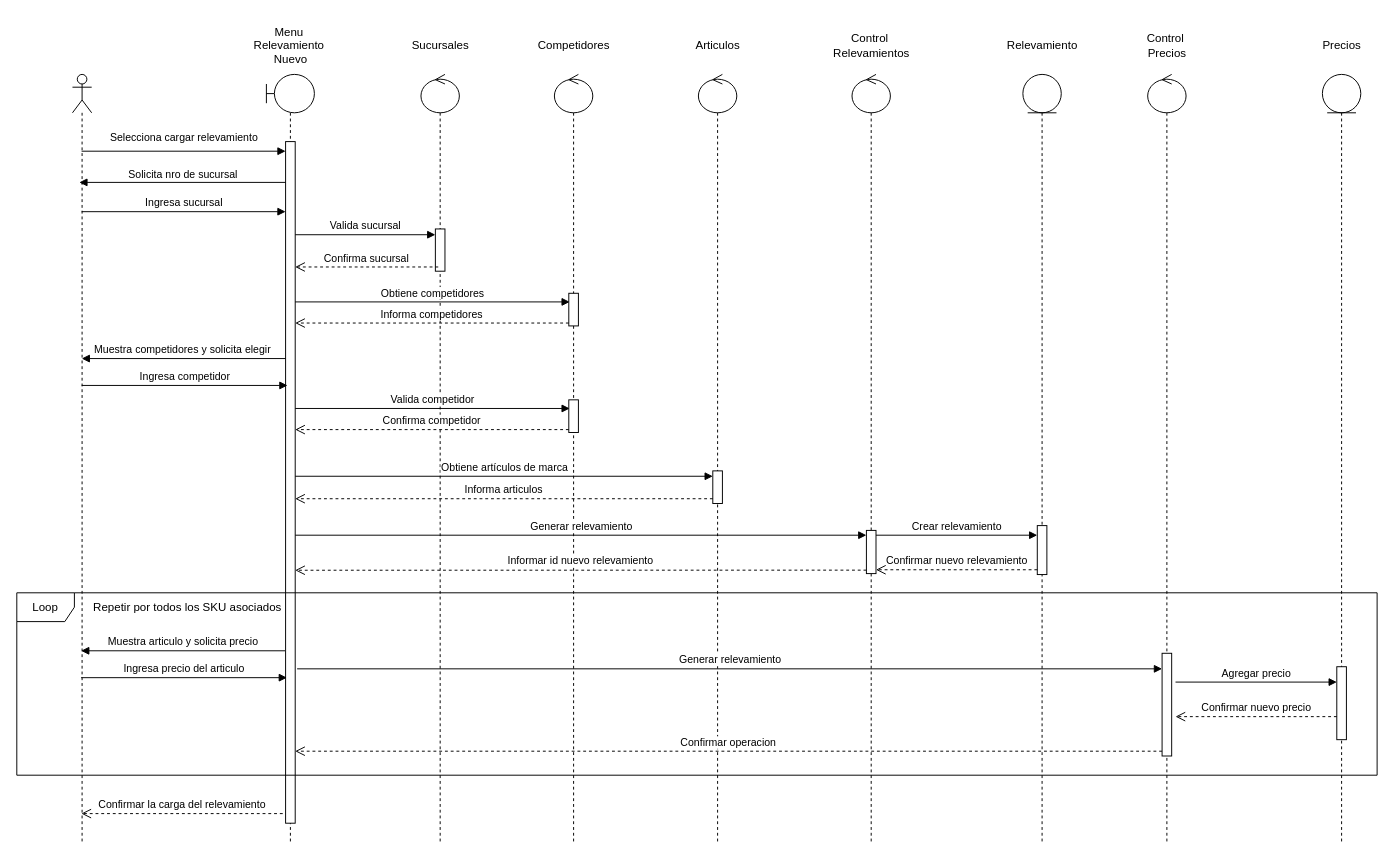
This is Diagramas/CU00001.drawio from fschwe/SeminarioPractica, a draw.io file, before an edit. Source tidied: cells renumbered, new cells numbered last; positions are measured from the earlier drawing's top-left corner, leaving out a move shared by most shapes. Both pictures are drawn from the tidied source at 96%, with x=0, y=0 at pixel (16, 16).
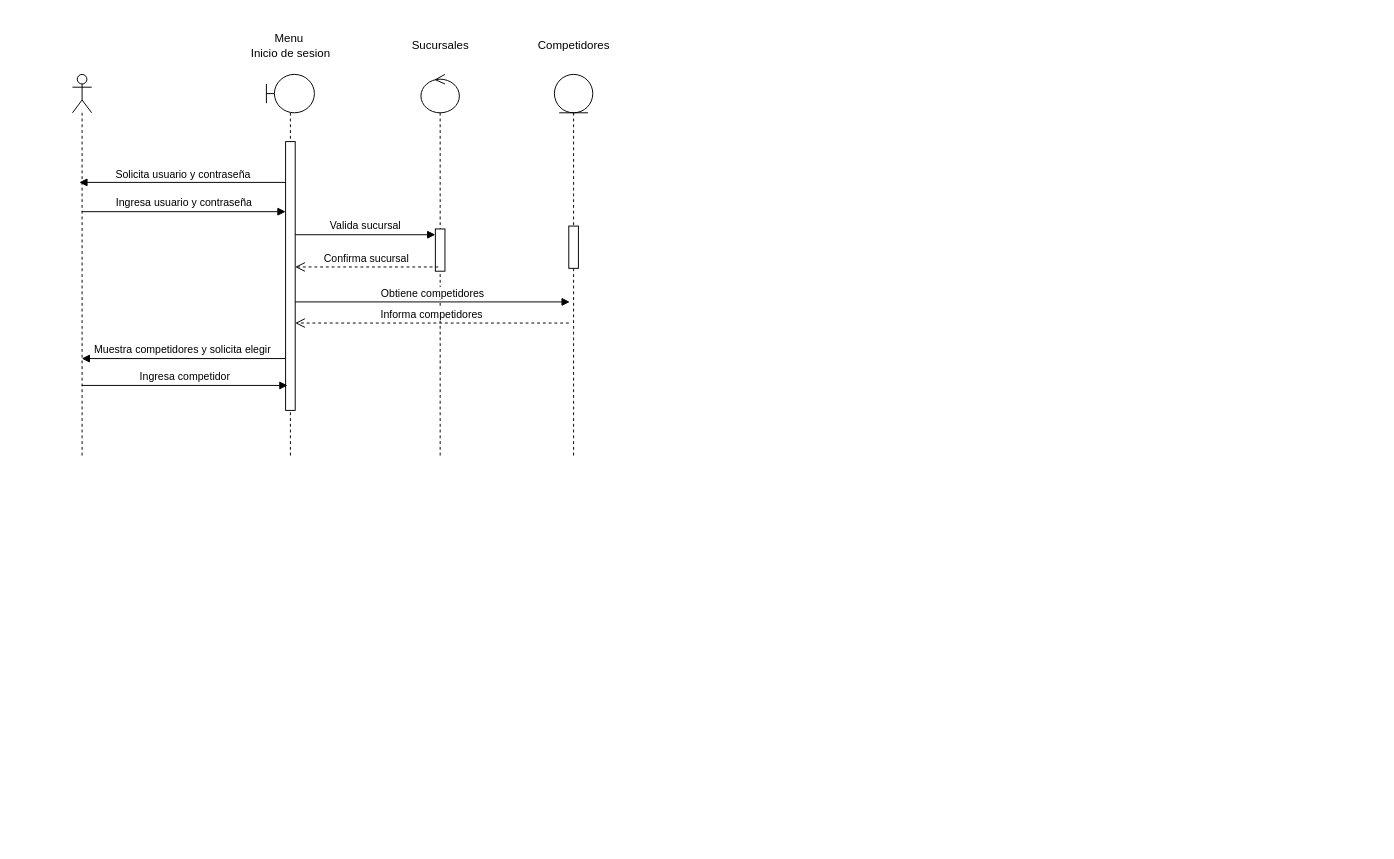
After the change.

Diff of the diagram source:
```diff
@@
     <mxCell id="2" style="shape=umlLifeline;perimeter=lifelinePerimeter;whiteSpace=wrap;html=1;outlineConnect=0;portConstraint=eastwest;newEdgeStyle={&quot;curved&quot;:0,&quot;rounded&quot;:0};participant=umlActor;" parent="1" vertex="1">
-      <mxGeometry x="58" y="60" width="20" height="800" as="geometry" />
+      <mxGeometry x="58" y="60" width="20" height="400" as="geometry" />
     </mxCell>
     <mxCell id="3" style="shape=umlLifeline;perimeter=lifelinePerimeter;whiteSpace=wrap;html=1;newEdgeStyle={&quot;curved&quot;:0,&quot;rounded&quot;:0};participant=umlBoundary;" parent="1" vertex="1">
-      <mxGeometry x="260" y="60" width="50" height="800" as="geometry" />
+      <mxGeometry x="260" y="60" width="50" height="400" as="geometry" />
     </mxCell>
     <mxCell id="4" style="html=1;points=[[0,0,0,0,5],[0,1,0,0,-5],[1,0,0,0,5],[1,1,0,0,-5]];perimeter=orthogonalPerimeter;outlineConnect=0;targetShapes=umlLifeline;portConstraint=eastwest;newEdgeStyle={&quot;curved&quot;:0,&quot;rounded&quot;:0};" parent="3" vertex="1">
-      <mxGeometry x="20" y="70" width="10" height="710" as="geometry" />
+      <mxGeometry x="20" y="70" width="10" height="280" as="geometry" />
     </mxCell>
     <mxCell id="5" style="shape=umlLifeline;perimeter=lifelinePerimeter;whiteSpace=wrap;html=1;newEdgeStyle={&quot;curved&quot;:0,&quot;rounded&quot;:0};participant=umlControl;" parent="1" vertex="1">
-      <mxGeometry x="421" y="60" width="40" height="800" as="geometry" />
+      <mxGeometry x="421" y="60" width="40" height="400" as="geometry" />
     </mxCell>
@@
     <mxCell id="7" style="shape=umlLifeline;perimeter=lifelinePerimeter;whiteSpace=wrap;html=1;newEdgeStyle={&quot;curved&quot;:0,&quot;rounded&quot;:0};participant=umlEntity;" parent="1" vertex="1">
-      <mxGeometry x="1048" y="60" width="40" height="800" as="geometry" />
+      <mxGeometry x="560" y="60" width="40" height="400" as="geometry" />
     </mxCell>
-    <mxCell id="8" style="html=1;points=[[0,0,0,0,5],[0,1,0,0,-5],[1,0,0,0,5],[1,1,0,0,-5]];perimeter=orthogonalPerimeter;outlineConnect=0;targetShapes=umlLifeline;portConstraint=eastwest;newEdgeStyle={&quot;curved&quot;:0,&quot;rounded&quot;:0};" parent="7" vertex="1">
-      <mxGeometry x="15" y="470" width="10" height="51" as="geometry" />
-    </mxCell>
-    <mxCell id="9" value="Loop" style="shape=umlFrame;whiteSpace=wrap;html=1;" parent="1" vertex="1">
-      <mxGeometry y="600" width="1417" height="190" as="geometry" />
-    </mxCell>
-    <mxCell id="10" value="Selecciona cargar relevamiento" style="html=1;verticalAlign=bottom;endArrow=block;curved=0;rounded=0;" parent="1" edge="1" source="2">
-      <mxGeometry y="5" relative="1" as="geometry">
-        <mxPoint x="280" y="140" as="targetPoint" />
-      </mxGeometry>
-    </mxCell>
+    <mxCell id="54" style="html=1;perimeter=orthogonalPerimeter;targetShapes=umlLifeline;newEdgeStyle={&quot;curved&quot;:0,&quot;rounded&quot;:0};" parent="7" vertex="1">
+      <mxGeometry x="15" y="158" width="10" height="44" as="geometry" />
+    </mxCell>
-    <mxCell id="11" value="Ingresa sucursal" style="html=1;verticalAlign=bottom;endArrow=block;curved=0;rounded=0;" parent="1" edge="1">
+    <mxCell id="11" value="Ingresa usuario y contraseña" style="html=1;verticalAlign=bottom;endArrow=block;curved=0;rounded=0;" parent="1" edge="1">
       <mxGeometry relative="1" as="geometry">
         <mxPoint x="67.6" y="203" as="sourcePoint" />
         <mxPoint x="280" y="203" as="targetPoint" />
       </mxGeometry>
     </mxCell>
-    <mxCell id="12" value="Solicita nro de sucursal" style="html=1;verticalAlign=bottom;endArrow=block;curved=0;rounded=0;entryX=0.356;entryY=0.247;entryDx=0;entryDy=0;entryPerimeter=0;" parent="1" edge="1">
+    <mxCell id="12" value="Solicita usuario y contraseña" style="html=1;verticalAlign=bottom;endArrow=block;curved=0;rounded=0;entryX=0.356;entryY=0.247;entryDx=0;entryDy=0;entryPerimeter=0;" parent="1" edge="1">
       <mxGeometry relative="1" as="geometry">
         <mxPoint x="280" y="172.5" as="sourcePoint" />
         <mxPoint x="65.1" y="172.5" as="targetPoint" />
       </mxGeometry>
     </mxCell>
@@
-    <mxCell id="15" value="Repetir por todos los SKU asociados" style="text;html=1;align=left;verticalAlign=middle;strokeColor=none;fillColor=none;" parent="1" vertex="1">
-      <mxGeometry x="78" y="600" width="220" height="30" as="geometry" />
-    </mxCell>
-    <mxCell id="16" value="Menu&amp;nbsp;&lt;div&gt;Relevamiento&amp;nbsp;&lt;div&gt;Nuevo&lt;/div&gt;&lt;/div&gt;" style="text;html=1;align=center;verticalAlign=middle;strokeColor=none;fillColor=none;" parent="1" vertex="1">
-      <mxGeometry x="235" width="100" height="60" as="geometry" />
+    <mxCell id="16" value="Menu&amp;nbsp;&lt;div&gt;Inicio de sesion&lt;/div&gt;" style="text;html=1;align=center;verticalAlign=middle;strokeColor=none;fillColor=none;" parent="1" vertex="1">
+      <mxGeometry x="230" y="10" width="110" height="40" as="geometry" />
     </mxCell>
@@
-    <mxCell id="18" style="shape=umlLifeline;perimeter=lifelinePerimeter;whiteSpace=wrap;html=1;newEdgeStyle={&quot;curved&quot;:0,&quot;rounded&quot;:0};participant=umlControl;" parent="1" vertex="1">
-      <mxGeometry x="560" y="60" width="40" height="800" as="geometry" />
-    </mxCell>
-    <mxCell id="19" style="html=1;perimeter=orthogonalPerimeter;targetShapes=umlLifeline;newEdgeStyle={&quot;curved&quot;:0,&quot;rounded&quot;:0};" parent="18" vertex="1">
-      <mxGeometry x="15" y="228" width="10" height="34" as="geometry" />
-    </mxCell>
@@
-    <mxCell id="21" value="Obtiene artículos de marca" style="html=1;verticalAlign=bottom;endArrow=block;curved=0;rounded=0;" parent="1" edge="1">
-      <mxGeometry relative="1" as="geometry">
-        <mxPoint x="290" y="478.6" as="sourcePoint" />
-        <mxPoint x="725" y="478.6" as="targetPoint" />
-      </mxGeometry>
-    </mxCell>
@@
-    <mxCell id="26" value="Valida competidor" style="html=1;verticalAlign=bottom;endArrow=block;curved=0;rounded=0;" parent="1" edge="1">
-      <mxGeometry relative="1" as="geometry">
-        <mxPoint x="290" y="408" as="sourcePoint" />
-        <mxPoint x="576" y="408" as="targetPoint" />
-      </mxGeometry>
-    </mxCell>
-    <mxCell id="27" style="html=1;perimeter=orthogonalPerimeter;targetShapes=umlLifeline;newEdgeStyle={&quot;curved&quot;:0,&quot;rounded&quot;:0};" parent="1" vertex="1">
-      <mxGeometry x="575" y="399" width="10" height="34" as="geometry" />
-    </mxCell>
-    <mxCell id="28" value="Confirma competidor" style="html=1;verticalAlign=bottom;endArrow=open;dashed=1;endSize=8;curved=0;rounded=0;" parent="1" edge="1">
-      <mxGeometry relative="1" as="geometry">
-        <mxPoint x="575" y="430" as="sourcePoint" />
-        <mxPoint x="290" y="430" as="targetPoint" />
-      </mxGeometry>
-    </mxCell>
-    <mxCell id="29" style="shape=umlLifeline;perimeter=lifelinePerimeter;whiteSpace=wrap;html=1;newEdgeStyle={&quot;curved&quot;:0,&quot;rounded&quot;:0};participant=umlControl;" parent="1" vertex="1">
-      <mxGeometry x="710" y="60" width="40" height="800" as="geometry" />
-    </mxCell>
-    <mxCell id="30" style="html=1;points=[[0,0,0,0,5],[0,1,0,0,-5],[1,0,0,0,5],[1,1,0,0,-5]];perimeter=orthogonalPerimeter;outlineConnect=0;targetShapes=umlLifeline;portConstraint=eastwest;newEdgeStyle={&quot;curved&quot;:0,&quot;rounded&quot;:0};" parent="29" vertex="1">
-      <mxGeometry x="15" y="413" width="10" height="34" as="geometry" />
-    </mxCell>
-    <mxCell id="31" value="Articulos" style="text;html=1;align=center;verticalAlign=middle;strokeColor=none;fillColor=none;" parent="1" vertex="1">
-      <mxGeometry x="695" y="15" width="70" height="30" as="geometry" />
-    </mxCell>
-    <mxCell id="32" value="Informa articulos" style="html=1;verticalAlign=bottom;endArrow=open;dashed=1;endSize=8;curved=0;rounded=0;exitX=0;exitY=1;exitDx=0;exitDy=-5;exitPerimeter=0;" parent="1" edge="1" source="30" target="4">
-      <mxGeometry relative="1" as="geometry" />
-    </mxCell>
-    <mxCell id="33" style="shape=umlLifeline;perimeter=lifelinePerimeter;whiteSpace=wrap;html=1;newEdgeStyle={&quot;curved&quot;:0,&quot;rounded&quot;:0};participant=umlControl;" parent="1" vertex="1">
-      <mxGeometry x="870" y="60" width="40" height="800" as="geometry" />
-    </mxCell>
-    <mxCell id="34" style="html=1;points=[[0,0,0,0,5],[0,1,0,0,-5],[1,0,0,0,5],[1,1,0,0,-5]];perimeter=orthogonalPerimeter;outlineConnect=0;targetShapes=umlLifeline;portConstraint=eastwest;newEdgeStyle={&quot;curved&quot;:0,&quot;rounded&quot;:0};" parent="33" vertex="1">
-      <mxGeometry x="15" y="475" width="10" height="45" as="geometry" />
-    </mxCell>
-    <mxCell id="35" style="shape=umlLifeline;perimeter=lifelinePerimeter;whiteSpace=wrap;html=1;newEdgeStyle={&quot;curved&quot;:0,&quot;rounded&quot;:0};participant=umlControl;" parent="1" vertex="1">
-      <mxGeometry x="1178" y="60" width="40" height="800" as="geometry" />
-    </mxCell>
-    <mxCell id="36" style="html=1;points=[[0,0,0,0,5],[0,1,0,0,-5],[1,0,0,0,5],[1,1,0,0,-5]];perimeter=orthogonalPerimeter;outlineConnect=0;targetShapes=umlLifeline;portConstraint=eastwest;newEdgeStyle={&quot;curved&quot;:0,&quot;rounded&quot;:0};" parent="35" vertex="1">
-      <mxGeometry x="15" y="603" width="10" height="107" as="geometry" />
-    </mxCell>
-    <mxCell id="37" style="shape=umlLifeline;perimeter=lifelinePerimeter;whiteSpace=wrap;html=1;newEdgeStyle={&quot;curved&quot;:0,&quot;rounded&quot;:0};participant=umlEntity;" parent="1" vertex="1">
-      <mxGeometry x="1360" y="60" width="40" height="800" as="geometry" />
-    </mxCell>
-    <mxCell id="38" style="html=1;perimeter=orthogonalPerimeter;targetShapes=umlLifeline;newEdgeStyle={&quot;curved&quot;:0,&quot;rounded&quot;:0};" parent="37" vertex="1">
-      <mxGeometry x="15" y="617" width="10" height="76" as="geometry" />
-    </mxCell>
-    <mxCell id="39" value="Control&amp;nbsp;&lt;div&gt;Relevamientos&lt;/div&gt;" style="text;html=1;align=center;verticalAlign=middle;strokeColor=none;fillColor=none;" parent="1" vertex="1">
-      <mxGeometry x="840" y="10" width="100" height="40" as="geometry" />
-    </mxCell>
-    <mxCell id="40" value="Control&amp;nbsp;&lt;div&gt;Precios&lt;/div&gt;" style="text;html=1;align=center;verticalAlign=middle;strokeColor=none;fillColor=none;" parent="1" vertex="1">
-      <mxGeometry x="1163" y="10" width="70" height="40" as="geometry" />
-    </mxCell>
-    <mxCell id="41" value="Generar relevamiento" style="html=1;verticalAlign=bottom;endArrow=block;curved=0;rounded=0;" parent="1" edge="1" target="34">
-      <mxGeometry relative="1" as="geometry">
-        <mxPoint x="290" y="540" as="sourcePoint" />
-      </mxGeometry>
-    </mxCell>
-    <mxCell id="42" value="Informar id nuevo relevamiento" style="html=1;verticalAlign=bottom;endArrow=open;dashed=1;endSize=8;curved=0;rounded=0;" parent="1" edge="1">
-      <mxGeometry relative="1" as="geometry">
-        <mxPoint x="885" y="576.4" as="sourcePoint" />
-        <mxPoint x="290" y="576.5" as="targetPoint" />
-      </mxGeometry>
-    </mxCell>
-    <mxCell id="43" value="Crear relevamiento" style="html=1;verticalAlign=bottom;endArrow=block;curved=0;rounded=0;exitX=1;exitY=0;exitDx=0;exitDy=5;exitPerimeter=0;" parent="1" edge="1" source="34" target="8">
-      <mxGeometry relative="1" as="geometry" />
-    </mxCell>
-    <mxCell id="44" value="Confirmar nuevo relevamiento" style="html=1;verticalAlign=bottom;endArrow=open;dashed=1;endSize=8;curved=0;rounded=0;exitX=0;exitY=1;exitDx=0;exitDy=-5;exitPerimeter=0;" parent="1" edge="1" source="8" target="34">
-      <mxGeometry relative="1" as="geometry" />
-    </mxCell>
-    <mxCell id="45" value="Relevamiento" style="text;html=1;align=center;verticalAlign=middle;strokeColor=none;fillColor=none;" parent="1" vertex="1">
-      <mxGeometry x="1018" y="15" width="100" height="30" as="geometry" />
-    </mxCell>
-    <mxCell id="46" value="&lt;div&gt;Precios&lt;/div&gt;" style="text;html=1;align=center;verticalAlign=middle;strokeColor=none;fillColor=none;" parent="1" vertex="1">
-      <mxGeometry x="1350" y="15" width="60" height="30" as="geometry" />
-    </mxCell>
-    <mxCell id="47" value="Muestra articulo y solicita precio" style="html=1;verticalAlign=bottom;endArrow=block;curved=0;rounded=0;" parent="1" edge="1">
-      <mxGeometry relative="1" as="geometry">
-        <mxPoint x="279.4" y="660.4" as="sourcePoint" />
-        <mxPoint x="67" y="660.4" as="targetPoint" />
-      </mxGeometry>
-    </mxCell>
-    <mxCell id="48" value="Ingresa precio del articulo" style="html=1;verticalAlign=bottom;endArrow=block;curved=0;rounded=0;" parent="1" edge="1">
-      <mxGeometry relative="1" as="geometry">
-        <mxPoint x="67" y="688.4" as="sourcePoint" />
-        <mxPoint x="281.4" y="688.4" as="targetPoint" />
-      </mxGeometry>
-    </mxCell>
-    <mxCell id="49" value="Agregar precio" style="html=1;verticalAlign=bottom;endArrow=block;curved=0;rounded=0;exitX=1;exitY=0;exitDx=0;exitDy=5;exitPerimeter=0;" parent="1" edge="1">
-      <mxGeometry relative="1" as="geometry">
-        <mxPoint x="1207" y="693" as="sourcePoint" />
-        <mxPoint x="1375" y="693" as="targetPoint" />
-      </mxGeometry>
-    </mxCell>
-    <mxCell id="50" value="Confirmar nuevo precio" style="html=1;verticalAlign=bottom;endArrow=open;dashed=1;endSize=8;curved=0;rounded=0;exitX=0;exitY=1;exitDx=0;exitDy=-5;exitPerimeter=0;" parent="1" edge="1">
-      <mxGeometry relative="1" as="geometry">
-        <mxPoint x="1375" y="729" as="sourcePoint" />
-        <mxPoint x="1207" y="729" as="targetPoint" />
-      </mxGeometry>
-    </mxCell>
-    <mxCell id="51" value="Generar relevamiento" style="html=1;verticalAlign=bottom;endArrow=block;curved=0;rounded=0;" parent="1" edge="1">
-      <mxGeometry relative="1" as="geometry">
-        <mxPoint x="292" y="679.2" as="sourcePoint" />
-        <mxPoint x="1193" y="679.2" as="targetPoint" />
-      </mxGeometry>
-    </mxCell>
-    <mxCell id="52" value="Confirmar operacion" style="html=1;verticalAlign=bottom;endArrow=open;dashed=1;endSize=8;curved=0;rounded=0;exitX=0;exitY=1;exitDx=0;exitDy=-5;exitPerimeter=0;" parent="1" edge="1" source="36" target="4">
-      <mxGeometry relative="1" as="geometry" />
-    </mxCell>
-    <mxCell id="53" value="Confirmar la carga del relevamiento" style="html=1;verticalAlign=bottom;endArrow=open;dashed=1;endSize=8;curved=0;rounded=0;" parent="1" edge="1">
-      <mxGeometry relative="1" as="geometry">
-        <mxPoint x="277" y="830" as="sourcePoint" />
-        <mxPoint x="67.3" y="830" as="targetPoint" />
-      </mxGeometry>
-    </mxCell>
```
